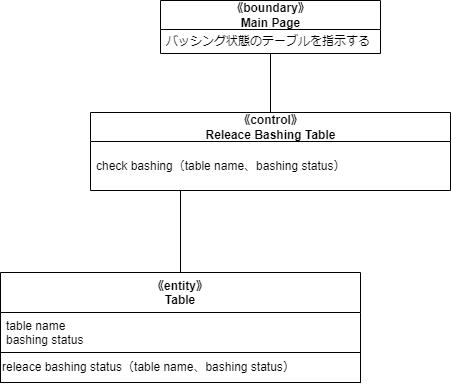
This is psp4/設計モデルのクラス/設計モデルクラス図_バッシング.drawio.png from MasakiHiguchi/---, a draw.io export, as it was before one commit. Source tidied: cells renumbered, new cells last; positions are measured from the earlier drawing's top-left corner, leaving out a move shared by most shapes.
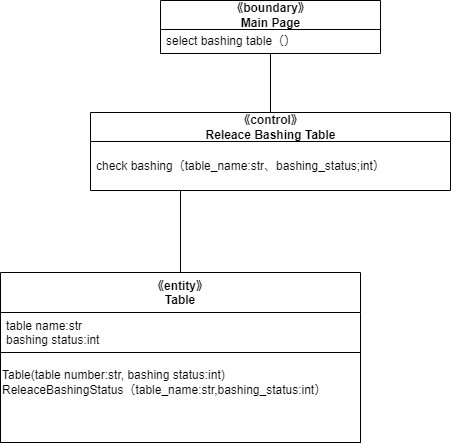
The same diagram one commit later.

What changed in the source:
```diff
@@ -5,7 +5,7 @@
     <mxCell id="2" value="《boundary》&lt;br&gt;Main Page" style="swimlane;fontStyle=1;align=center;verticalAlign=middle;horizontal=1;startSize=29;html=1;" parent="1" vertex="1">
       <mxGeometry x="160" width="220" height="53" as="geometry" />
     </mxCell>
-    <mxCell id="3" value="バッシング状態のテーブルを指示する（）" style="text;html=1;strokeColor=none;fillColor=none;align=left;verticalAlign=middle;spacingLeft=4;spacingRight=4;overflow=hidden;" parent="2" vertex="1">
+    <mxCell id="3" value="select bashing table（）" style="text;html=1;strokeColor=none;fillColor=none;align=left;verticalAlign=middle;spacingLeft=4;spacingRight=4;overflow=hidden;" parent="2" vertex="1">
       <mxGeometry y="29" width="220" height="24" as="geometry" />
     </mxCell>
     <mxCell id="4" style="edgeStyle=none;html=1;exitX=0.5;exitY=0;exitDx=0;exitDy=0;entryX=0.5;entryY=1;entryDx=0;entryDy=0;endArrow=none;endFill=0;" parent="1" edge="1" source="5" target="2">
@@ -14,23 +14,23 @@
     <mxCell id="5" value="《control》&lt;br&gt;Releace Bashing Table" style="swimlane;fontStyle=1;align=center;verticalAlign=middle;horizontal=1;startSize=29;html=1;" parent="1" vertex="1">
       <mxGeometry x="90" y="112" width="360" height="78" as="geometry" />
     </mxCell>
-    <mxCell id="6" value="check bashing（table name、bashing status）" style="text;html=1;strokeColor=none;fillColor=none;align=left;verticalAlign=middle;spacingLeft=4;spacingRight=4;overflow=hidden;" parent="5" vertex="1">
+    <mxCell id="6" value="check bashing（table_name:str、bashing_status;int）" style="text;html=1;strokeColor=none;fillColor=none;align=left;verticalAlign=middle;spacingLeft=4;spacingRight=4;overflow=hidden;" parent="5" vertex="1">
       <mxGeometry y="29" width="360" height="49" as="geometry" />
     </mxCell>
     <mxCell id="7" style="edgeStyle=none;html=1;exitX=0.5;exitY=0;exitDx=0;exitDy=0;entryX=0.25;entryY=1;entryDx=0;entryDy=0;endArrow=none;endFill=0;" parent="1" edge="1" source="8" target="5">
       <mxGeometry relative="1" as="geometry" />
     </mxCell>
     <mxCell id="8" value="《entity》&#10;Table" style="swimlane;fontStyle=1;align=center;verticalAlign=top;horizontal=1;startSize=40;" parent="1" vertex="1">
-      <mxGeometry y="272" width="360" height="110" as="geometry" />
+      <mxGeometry y="272" width="360" height="170" as="geometry" />
     </mxCell>
-    <mxCell id="9" value="table name&#10;bashing status" style="text;strokeColor=none;fillColor=none;align=left;verticalAlign=top;spacingLeft=4;spacingRight=4;overflow=hidden;" parent="8" vertex="1">
+    <mxCell id="9" value="table name:str&#10;bashing status:int" style="text;strokeColor=none;fillColor=none;align=left;verticalAlign=top;spacingLeft=4;spacingRight=4;overflow=hidden;" parent="8" vertex="1">
       <mxGeometry y="40" width="360" height="40" as="geometry" />
     </mxCell>
     <mxCell id="10" style="swimlane;startSize=0;" parent="8" vertex="1">
-      <mxGeometry y="80" width="360" height="30" as="geometry" />
+      <mxGeometry y="80" width="360" height="90" as="geometry" />
     </mxCell>
-    <mxCell id="11" value="releace bashing status（table name、bashing status）" style="text;html=1;align=left;verticalAlign=middle;strokeColor=none;fillColor=none;" parent="10" vertex="1">
-      <mxGeometry width="320" height="30" as="geometry" />
+    <mxCell id="11" value="Table(table number:str, bashing status:int)&lt;br&gt;ReleaceBashingStatus（table_name:str,bashing_status:int）" style="text;html=1;align=left;verticalAlign=middle;strokeColor=none;fillColor=none;" parent="10" vertex="1">
+      <mxGeometry y="10" width="350" height="40" as="geometry" />
     </mxCell>
   </root>
 </mxGraphModel>
```
